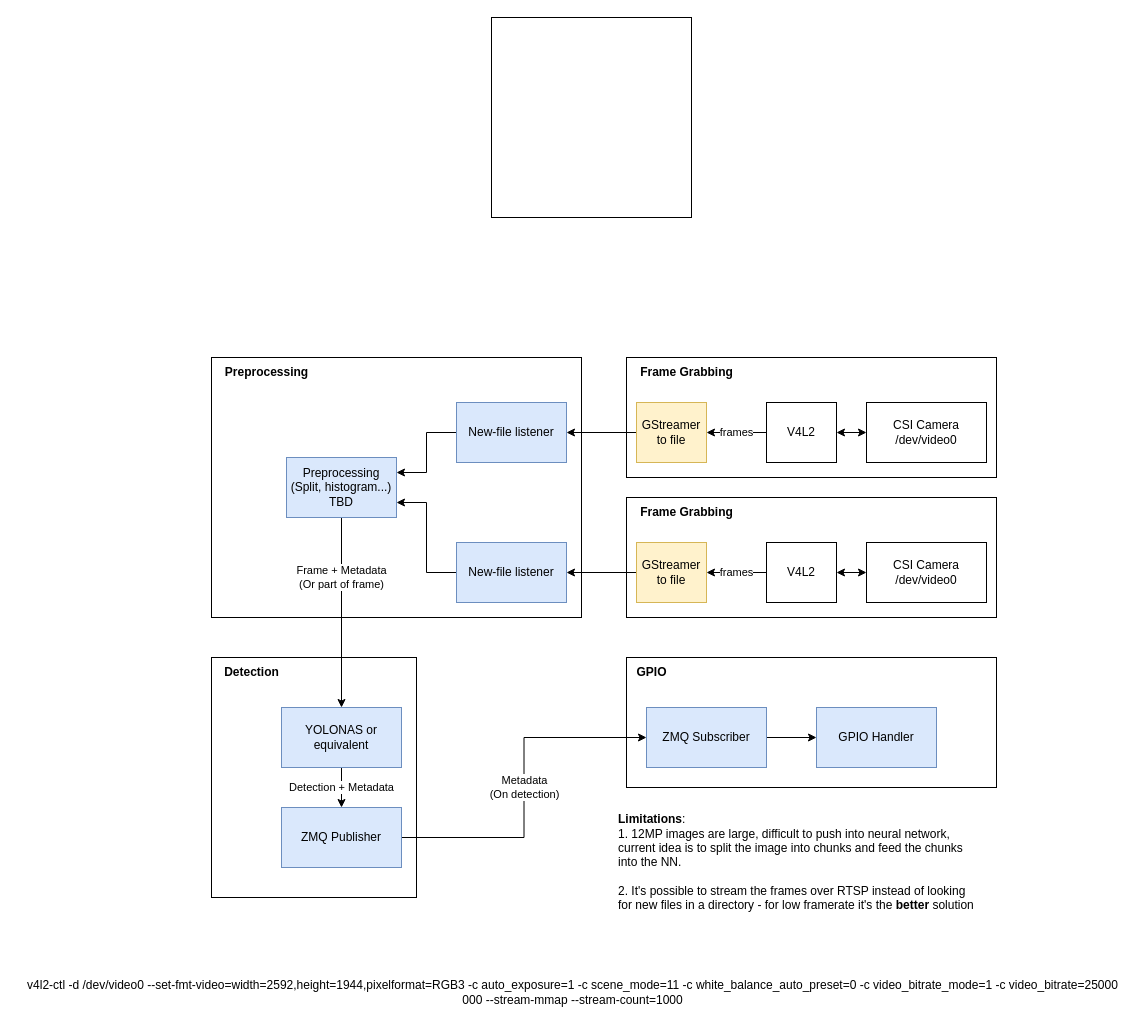
Before: docs/system_architecture.drawio in g-bulgarit/drone-detector, a draw.io diagram. Source tidied: cells renumbered, new cells numbered last; positions are measured from the earlier drawing's top-left corner, leaving out a move shared by most shapes. Both pictures are drawn from the tidied source at 100%, with x=0, y=0 at pixel (17, 17).
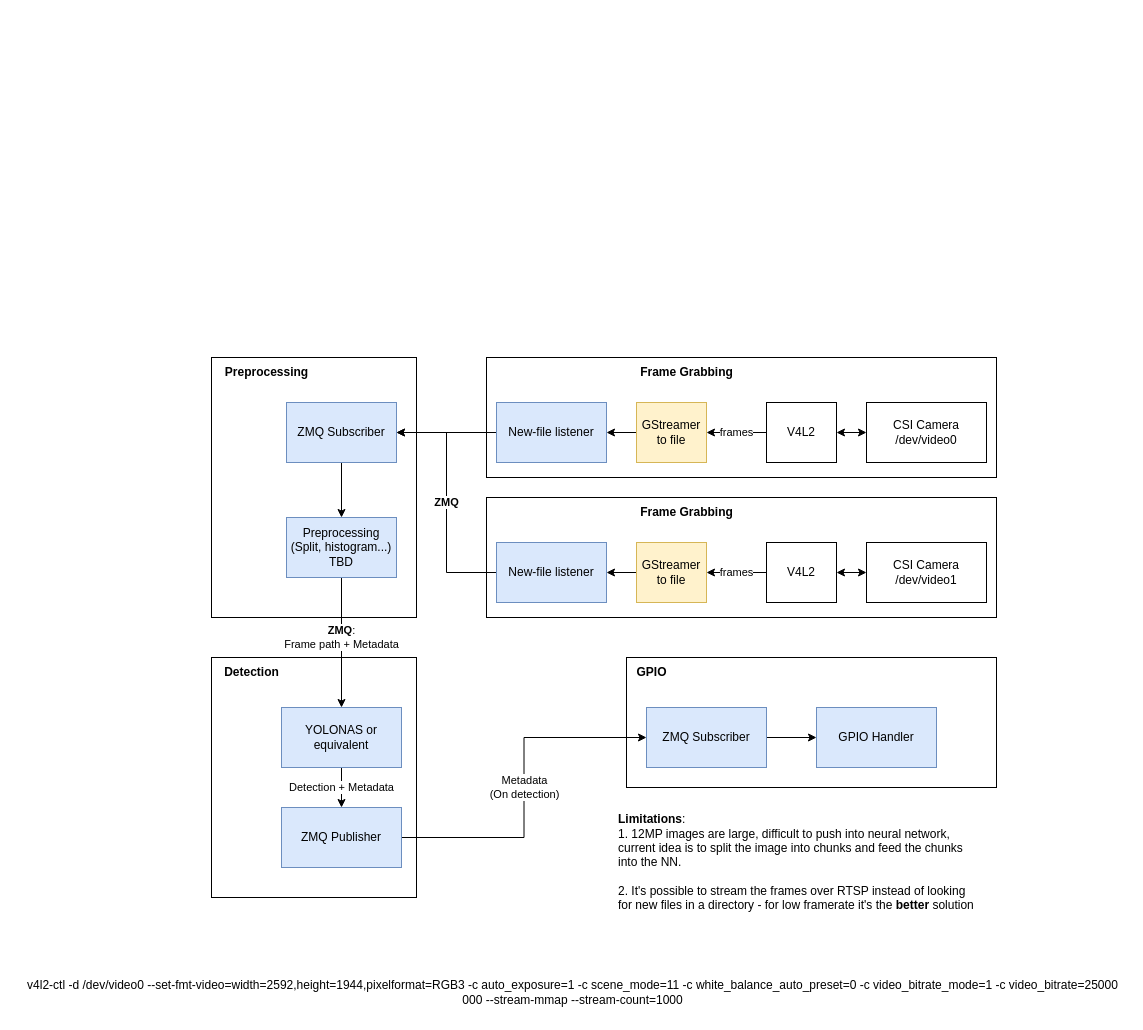
Above is the later version.

Commit message:
docs: added zmq to drawing

The change refers to these unchanged cells:
```xml
<mxCell id="30" value="YOLONAS or equivalent" style="rounded=0;whiteSpace=wrap;html=1;fillColor=#dae8fc;strokeColor=#6c8ebf;" parent="1" vertex="1">
  <mxGeometry x="264" y="690" width="120" height="60" as="geometry" />
</mxCell>
```

Change to the diagram source:
```diff
@@
     <mxCell id="3" style="rounded=0;whiteSpace=wrap;html=1;" parent="1" vertex="1">
-      <mxGeometry x="194" y="340" width="370" height="260" as="geometry" />
+      <mxGeometry x="194" y="340" width="205" height="260" as="geometry" />
     </mxCell>
     <mxCell id="4" style="rounded=0;whiteSpace=wrap;html=1;" parent="1" vertex="1">
-      <mxGeometry x="609" y="340" width="370" height="120" as="geometry" />
+      <mxGeometry x="469" y="340" width="510" height="120" as="geometry" />
     </mxCell>
@@
-    <mxCell id="12" style="rounded=0;whiteSpace=wrap;html=1;" parent="1" vertex="1">
-      <mxGeometry x="474" width="200" height="200" as="geometry" />
-    </mxCell>
-    <mxCell id="13" style="edgeStyle=orthogonalEdgeStyle;rounded=0;jettySize=auto;html=1;exitX=0;exitY=0.5;exitDx=0;exitDy=0;entryX=1;entryY=0.25;entryDx=0;entryDy=0;" parent="1" edge="1" source="14" target="24">
-      <mxGeometry relative="1" as="geometry" />
-    </mxCell>
+    <mxCell id="40" style="edgeStyle=orthogonalEdgeStyle;rounded=0;jettySize=auto;html=1;exitX=0;exitY=0.5;exitDx=0;exitDy=0;entryX=1;entryY=0.5;entryDx=0;entryDy=0;" parent="1" edge="1" source="14" target="46">
+      <mxGeometry relative="1" as="geometry" />
+    </mxCell>
     <mxCell id="14" value="New-file listener" style="rounded=0;whiteSpace=wrap;html=1;fillColor=#dae8fc;strokeColor=#6c8ebf;" parent="1" vertex="1">
-      <mxGeometry x="439" y="385" width="110" height="60" as="geometry" />
+      <mxGeometry x="479" y="385" width="110" height="60" as="geometry" />
     </mxCell>
-    <mxCell id="15" style="rounded=0;whiteSpace=wrap;html=1;" parent="1" vertex="1">
-      <mxGeometry x="609" y="480" width="370" height="120" as="geometry" />
-    </mxCell>
-    <mxCell id="16" value="frames" style="edgeStyle=orthogonalEdgeStyle;rounded=0;jettySize=auto;html=1;exitX=0;exitY=0.5;exitDx=0;exitDy=0;entryX=1;entryY=0.5;entryDx=0;entryDy=0;" parent="1" edge="1" source="18" target="22">
-      <mxGeometry relative="1" as="geometry" />
-    </mxCell>
-    <mxCell id="17" style="edgeStyle=orthogonalEdgeStyle;rounded=0;jettySize=auto;html=1;exitX=1;exitY=0.5;exitDx=0;exitDy=0;entryX=0;entryY=0.5;entryDx=0;entryDy=0;startArrow=classic;startFill=1;" parent="1" edge="1" source="18" target="19">
-      <mxGeometry relative="1" as="geometry" />
-    </mxCell>
-    <mxCell id="18" value="V4L2" style="rounded=0;whiteSpace=wrap;html=1;" parent="1" vertex="1">
-      <mxGeometry x="749" y="525" width="70" height="60" as="geometry" />
-    </mxCell>
-    <mxCell id="19" value="CSI Camera&lt;br&gt;/dev/video0" style="rounded=0;whiteSpace=wrap;html=1;" parent="1" vertex="1">
-      <mxGeometry x="849" y="525" width="120" height="60" as="geometry" />
-    </mxCell>
-    <mxCell id="20" value="Frame Grabbing" style="text;html=1;align=center;verticalAlign=middle;strokeColor=none;fillColor=none;fontStyle=1;" parent="1" vertex="1">
-      <mxGeometry x="609" y="480" width="120" height="30" as="geometry" />
-    </mxCell>
-    <mxCell id="21" style="edgeStyle=orthogonalEdgeStyle;rounded=0;jettySize=auto;html=1;exitX=0;exitY=0.5;exitDx=0;exitDy=0;entryX=1;entryY=0.5;entryDx=0;entryDy=0;" parent="1" edge="1" source="22" target="27">
-      <mxGeometry relative="1" as="geometry" />
-    </mxCell>
-    <mxCell id="22" value="GStreamer&lt;br&gt;to file" style="rounded=0;whiteSpace=wrap;html=1;fillColor=#fff2cc;strokeColor=#d6b656;" parent="1" vertex="1">
-      <mxGeometry x="619" y="525" width="70" height="60" as="geometry" />
-    </mxCell>
-    <mxCell id="23" value="Frame + Metadata&lt;br&gt;(Or part of frame)" style="edgeStyle=orthogonalEdgeStyle;rounded=0;jettySize=auto;html=1;exitX=0.5;exitY=1;exitDx=0;exitDy=0;entryX=0.5;entryY=0;entryDx=0;entryDy=0;" parent="1" edge="1" source="24" target="30">
-      <mxGeometry x="-0.37" relative="1" as="geometry" />
+    <mxCell id="23" value="&lt;b&gt;ZMQ&lt;/b&gt;:&lt;br&gt;Frame path + Metadata" style="edgeStyle=orthogonalEdgeStyle;rounded=0;jettySize=auto;html=1;exitX=0.5;exitY=1;exitDx=0;exitDy=0;entryX=0.5;entryY=0;entryDx=0;entryDy=0;" parent="1" edge="1" source="24" target="30">
+      <mxGeometry x="-0.08" relative="1" as="geometry" />
     </mxCell>
     <mxCell id="24" value="Preprocessing (Split, histogram...)&lt;br&gt;TBD" style="rounded=0;whiteSpace=wrap;html=1;fillColor=#dae8fc;strokeColor=#6c8ebf;" parent="1" vertex="1">
-      <mxGeometry x="269" y="440" width="110" height="60" as="geometry" />
+      <mxGeometry x="269" y="500" width="110" height="60" as="geometry" />
     </mxCell>
@@
-    <mxCell id="26" style="edgeStyle=orthogonalEdgeStyle;rounded=0;jettySize=auto;html=1;exitX=0;exitY=0.5;exitDx=0;exitDy=0;entryX=1;entryY=0.75;entryDx=0;entryDy=0;" parent="1" edge="1" source="27" target="24">
-      <mxGeometry relative="1" as="geometry" />
-    </mxCell>
-    <mxCell id="27" value="New-file listener" style="rounded=0;whiteSpace=wrap;html=1;fillColor=#dae8fc;strokeColor=#6c8ebf;" parent="1" vertex="1">
-      <mxGeometry x="439" y="525" width="110" height="60" as="geometry" />
-    </mxCell>
@@
+    <mxCell id="41" style="rounded=0;whiteSpace=wrap;html=1;" parent="1" vertex="1">
+      <mxGeometry x="469" y="480" width="510" height="120" as="geometry" />
+    </mxCell>
+    <mxCell id="16" value="frames" style="edgeStyle=orthogonalEdgeStyle;rounded=0;jettySize=auto;html=1;exitX=0;exitY=0.5;exitDx=0;exitDy=0;entryX=1;entryY=0.5;entryDx=0;entryDy=0;" parent="1" edge="1" source="18" target="22">
+      <mxGeometry relative="1" as="geometry" />
+    </mxCell>
+    <mxCell id="42" style="edgeStyle=orthogonalEdgeStyle;rounded=0;jettySize=auto;html=1;exitX=1;exitY=0.5;exitDx=0;exitDy=0;entryX=0;entryY=0.5;entryDx=0;entryDy=0;startArrow=classic;startFill=1;" parent="1" edge="1" source="18" target="43">
+      <mxGeometry relative="1" as="geometry" />
+    </mxCell>
+    <mxCell id="18" value="V4L2" style="rounded=0;whiteSpace=wrap;html=1;" parent="1" vertex="1">
+      <mxGeometry x="749" y="525" width="70" height="60" as="geometry" />
+    </mxCell>
+    <mxCell id="43" value="CSI Camera&lt;br&gt;/dev/video1" style="rounded=0;whiteSpace=wrap;html=1;" parent="1" vertex="1">
+      <mxGeometry x="849" y="525" width="120" height="60" as="geometry" />
+    </mxCell>
+    <mxCell id="20" value="Frame Grabbing" style="text;html=1;align=center;verticalAlign=middle;strokeColor=none;fillColor=none;fontStyle=1;" parent="1" vertex="1">
+      <mxGeometry x="609" y="480" width="120" height="30" as="geometry" />
+    </mxCell>
+    <mxCell id="21" style="edgeStyle=orthogonalEdgeStyle;rounded=0;jettySize=auto;html=1;exitX=0;exitY=0.5;exitDx=0;exitDy=0;entryX=1;entryY=0.5;entryDx=0;entryDy=0;" parent="1" edge="1" source="22" target="27">
+      <mxGeometry relative="1" as="geometry" />
+    </mxCell>
+    <mxCell id="22" value="GStreamer&lt;br&gt;to file" style="rounded=0;whiteSpace=wrap;html=1;fillColor=#fff2cc;strokeColor=#d6b656;" parent="1" vertex="1">
+      <mxGeometry x="619" y="525" width="70" height="60" as="geometry" />
+    </mxCell>
+    <mxCell id="44" value="ZMQ" style="edgeStyle=orthogonalEdgeStyle;rounded=0;jettySize=auto;html=1;exitX=0;exitY=0.5;exitDx=0;exitDy=0;entryX=1;entryY=0.5;entryDx=0;entryDy=0;fontStyle=1;" parent="1" edge="1" source="27" target="46">
+      <mxGeometry relative="1" as="geometry" />
+    </mxCell>
+    <mxCell id="27" value="New-file listener" style="rounded=0;whiteSpace=wrap;html=1;fillColor=#dae8fc;strokeColor=#6c8ebf;" parent="1" vertex="1">
+      <mxGeometry x="479" y="525" width="110" height="60" as="geometry" />
+    </mxCell>
+    <mxCell id="45" style="edgeStyle=orthogonalEdgeStyle;rounded=0;jettySize=auto;html=1;exitX=0.5;exitY=1;exitDx=0;exitDy=0;entryX=0.5;entryY=0;entryDx=0;entryDy=0;" parent="1" edge="1" source="46" target="24">
+      <mxGeometry relative="1" as="geometry" />
+    </mxCell>
+    <mxCell id="46" value="ZMQ Subscriber" style="rounded=0;whiteSpace=wrap;html=1;fillColor=#dae8fc;strokeColor=#6c8ebf;" parent="1" vertex="1">
+      <mxGeometry x="269" y="385" width="110" height="60" as="geometry" />
+    </mxCell>
```
